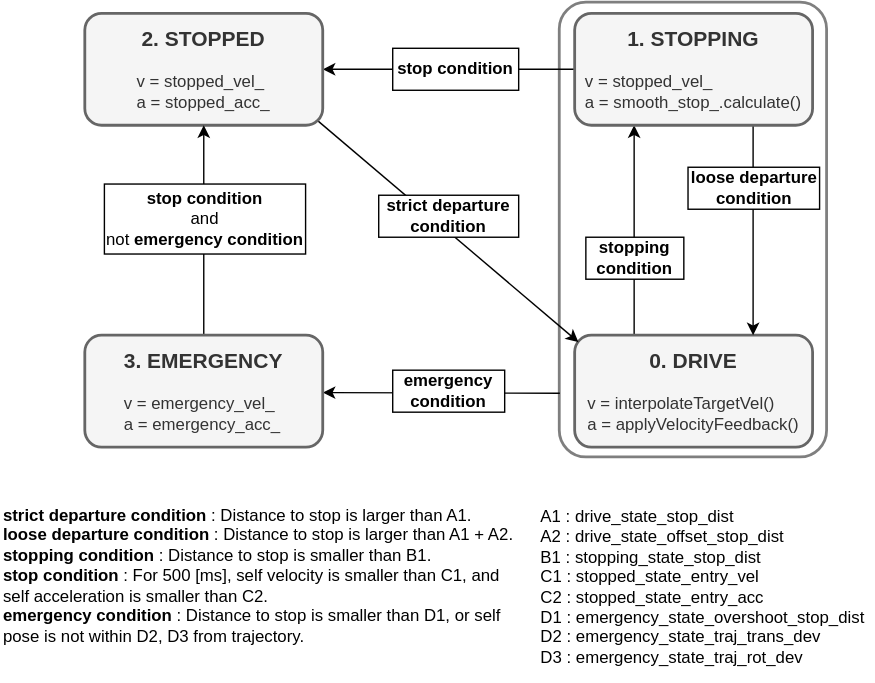
Earlier version of the draw.io export main/control/trajectory_follower/design/media/LongitudinalControllerStateTransition.drawio.svg (leo-drive/avte.autoware_universe). Source tidied: cells renumbered, new cells last; positions are measured from the earlier drawing's top-left corner, leaving out a move shared by most shapes. The source it was exported from:
```xml
<mxGraphModel>
  <root>
    <mxCell id="0" />
    <mxCell id="1" parent="0" />
    <mxCell id="2" style="rounded=1;whiteSpace=wrap;html=1;fontColor=#000000;strokeWidth=2;fillColor=none;opacity=50;align=left;arcSize=10;fontStyle=1;spacingLeft=-3;" parent="1" vertex="1">
      <mxGeometry x="399" width="191" height="325" as="geometry" />
    </mxCell>
    <mxCell id="3" style="edgeStyle=elbowEdgeStyle;rounded=0;jettySize=auto;elbow=vertical;html=1;fontColor=#000000;exitX=0.002;exitY=0.86;exitDx=0;exitDy=0;exitPerimeter=0;" parent="1" edge="1" source="2" target="13">
      <mxGeometry relative="1" as="geometry">
        <Array as="points">
          <mxPoint x="390" y="279" />
        </Array>
      </mxGeometry>
    </mxCell>
    <mxCell id="4" style="edgeStyle=orthogonalEdgeStyle;rounded=0;orthogonalLoop=1;jettySize=auto;html=1;" parent="1" edge="1">
      <mxGeometry relative="1" as="geometry">
        <mxPoint x="320" y="178" as="targetPoint" />
      </mxGeometry>
    </mxCell>
    <mxCell id="5" style="edgeStyle=elbowEdgeStyle;rounded=0;jettySize=auto;html=1;exitX=0.25;exitY=0;exitDx=0;exitDy=0;entryX=0.25;entryY=1;entryDx=0;entryDy=0;elbow=vertical;" parent="1" edge="1" source="6" target="9">
      <mxGeometry relative="1" as="geometry" />
    </mxCell>
    <mxCell id="6" value="&lt;b&gt;&lt;font style=&quot;font-size: 15px&quot;&gt;0. DRIVE&lt;/font&gt;&lt;/b&gt;&lt;br&gt;&lt;br&gt;&lt;div style=&quot;text-align: left&quot;&gt;&lt;span&gt;v = interpolateTargetVel()&lt;/span&gt;&lt;/div&gt;&lt;div style=&quot;text-align: left&quot;&gt;&lt;span&gt;a = applyVelocityFeedback()&amp;nbsp;&lt;/span&gt;&lt;/div&gt;" style="rounded=1;whiteSpace=wrap;html=1;fillColor=#f5f5f5;strokeColor=#666666;fontColor=#333333;strokeWidth=2;" parent="1" vertex="1">
      <mxGeometry x="410" y="238" width="170" height="80" as="geometry" />
    </mxCell>
    <mxCell id="7" style="edgeStyle=orthogonalEdgeStyle;rounded=0;jettySize=auto;html=1;" parent="1" edge="1" source="9" target="11">
      <mxGeometry relative="1" as="geometry" />
    </mxCell>
    <mxCell id="8" style="edgeStyle=elbowEdgeStyle;rounded=0;jettySize=auto;elbow=vertical;html=1;exitX=0.75;exitY=1;exitDx=0;exitDy=0;entryX=0.75;entryY=0;entryDx=0;entryDy=0;" parent="1" edge="1" source="9" target="6">
      <mxGeometry relative="1" as="geometry" />
    </mxCell>
    <mxCell id="9" value="&lt;font style=&quot;font-size: 15px&quot;&gt;&lt;b&gt;1. STOPPING&lt;/b&gt;&lt;br&gt;&lt;/font&gt;&lt;br&gt;&lt;div style=&quot;text-align: left&quot;&gt;&lt;span&gt;v = stopped_vel_&lt;/span&gt;&lt;/div&gt;&lt;div style=&quot;text-align: left&quot;&gt;&lt;span&gt;a = smooth_stop_.calculate()&lt;/span&gt;&lt;/div&gt;" style="rounded=1;whiteSpace=wrap;html=1;fillColor=#f5f5f5;strokeColor=#666666;strokeWidth=2;fontColor=#333333;" parent="1" vertex="1">
      <mxGeometry x="410" y="8" width="170" height="80" as="geometry" />
    </mxCell>
    <mxCell id="10" style="rounded=0;jettySize=auto;html=1;exitX=0.976;exitY=0.954;exitDx=0;exitDy=0;entryX=0.016;entryY=0.062;entryDx=0;entryDy=0;entryPerimeter=0;exitPerimeter=0;" parent="1" edge="1" source="11" target="6">
      <mxGeometry relative="1" as="geometry" />
    </mxCell>
    <mxCell id="11" value="&lt;b style=&quot;font-size: 15px&quot;&gt;2. STOPPED&lt;br&gt;&lt;/b&gt;&lt;br&gt;&lt;div style=&quot;text-align: left&quot;&gt;&lt;span&gt;v = stopped_vel_&lt;/span&gt;&lt;/div&gt;&lt;div style=&quot;text-align: left&quot;&gt;&lt;span&gt;a = stopped_acc_&lt;/span&gt;&lt;/div&gt;" style="rounded=1;whiteSpace=wrap;html=1;strokeWidth=2;fillColor=#f5f5f5;strokeColor=#666666;fontColor=#333333;" parent="1" vertex="1">
      <mxGeometry x="60" y="8" width="170" height="80" as="geometry" />
    </mxCell>
    <mxCell id="12" style="edgeStyle=elbowEdgeStyle;rounded=0;jettySize=auto;elbow=vertical;html=1;exitX=0.5;exitY=0;exitDx=0;exitDy=0;entryX=0.5;entryY=1;entryDx=0;entryDy=0;" parent="1" edge="1" source="13" target="11">
      <mxGeometry relative="1" as="geometry" />
    </mxCell>
    <mxCell id="13" value="&lt;b style=&quot;font-size: 15px&quot;&gt;3. EMERGENCY&lt;br&gt;&lt;/b&gt;&lt;br&gt;&lt;div style=&quot;text-align: left&quot;&gt;&lt;span&gt;v = emergency_vel_&lt;/span&gt;&lt;/div&gt;&lt;div style=&quot;text-align: left&quot;&gt;&lt;span&gt;a = emergency_acc_&lt;/span&gt;&lt;/div&gt;" style="rounded=1;whiteSpace=wrap;html=1;fillColor=#f5f5f5;strokeColor=#666666;fontColor=#333333;strokeWidth=2;" parent="1" vertex="1">
      <mxGeometry x="60" y="238" width="170" height="80" as="geometry" />
    </mxCell>
    <mxCell id="14" value="stop condition" style="rounded=0;whiteSpace=wrap;html=1;fontStyle=1;" parent="1" vertex="1">
      <mxGeometry x="280" y="33" width="90" height="30" as="geometry" />
    </mxCell>
    <mxCell id="15" value="&lt;p style=&quot;line-height: 120%&quot;&gt;&lt;b&gt;strict departure condition&lt;/b&gt;&amp;nbsp;: Distance to stop is larger than A1.&lt;br&gt;&lt;b&gt;loose departure condition&lt;/b&gt;&amp;nbsp;: Distance to stop is larger than A1 + A2.&lt;br&gt;&lt;b&gt;stopping condition&lt;/b&gt;&amp;nbsp;: Distance to stop is smaller than B1.&lt;br&gt;&lt;b&gt;stop condition&lt;/b&gt; : For 500 [ms], self velocity is smaller than C1, and self acceleration is smaller than C2.&lt;br&gt;&lt;b&gt;emergency condition&lt;/b&gt;&lt;span&gt; : Distance to stop is smaller than D1, or self pose is not within D2, D3 from trajectory.&lt;/span&gt;&lt;/p&gt;" style="rounded=0;html=1;align=left;whiteSpace=wrap;spacing=2;verticalAlign=middle;strokeColor=none;labelBorderColor=none;" parent="1" vertex="1">
      <mxGeometry y="342" width="369" height="136" as="geometry" />
    </mxCell>
    <mxCell id="16" value="strict departure&lt;br&gt;condition" style="rounded=0;whiteSpace=wrap;html=1;fontStyle=1;" parent="1" vertex="1">
      <mxGeometry x="270" y="138" width="100" height="30" as="geometry" />
    </mxCell>
    <mxCell id="17" value="stopping&lt;br&gt;condition" style="rounded=0;whiteSpace=wrap;html=1;fontStyle=1;" parent="1" vertex="1">
      <mxGeometry x="418" y="168" width="70" height="30" as="geometry" />
    </mxCell>
    <mxCell id="18" value="loose departure&lt;br&gt;condition" style="rounded=0;whiteSpace=wrap;html=1;fontStyle=1;spacingLeft=-4;spacingRight=-5;" parent="1" vertex="1">
      <mxGeometry x="491" y="118" width="94" height="30" as="geometry" />
    </mxCell>
    <mxCell id="19" value="emergency condition" style="rounded=0;whiteSpace=wrap;html=1;fontStyle=1;" parent="1" vertex="1">
      <mxGeometry x="280" y="263" width="80" height="30" as="geometry" />
    </mxCell>
    <mxCell id="20" value="&lt;b&gt;stop condition&lt;/b&gt;&lt;br&gt;and&lt;br&gt;not &lt;b&gt;emergency condition&lt;/b&gt;" style="rounded=0;whiteSpace=wrap;html=1;spacingLeft=-5;spacingRight=-5;" parent="1" vertex="1">
      <mxGeometry x="74" y="130" width="143.8" height="50" as="geometry" />
    </mxCell>
    <mxCell id="21" value="&lt;p style=&quot;line-height: 120%&quot;&gt;A1 : drive_state_stop_dist&lt;br&gt;A2 : drive_state_offset_stop_dist&lt;br&gt;B1 : stopping_state_stop_dist&lt;br&gt;C1 : stopped_state_entry_vel&lt;br&gt;C2 : stopped_state_entry_acc&lt;br&gt;D1 : emergency_state_overshoot_stop_dist&lt;br&gt;D2 : emergency_state_traj_trans_dev&lt;br&gt;D3 : emergency_state_traj_rot_dev&lt;/p&gt;" style="rounded=0;html=1;align=left;whiteSpace=wrap;spacing=2;verticalAlign=top;strokeColor=none;" parent="1" vertex="1">
      <mxGeometry x="384" y="342" width="240" height="140" as="geometry" />
    </mxCell>
  </root>
</mxGraphModel>
```
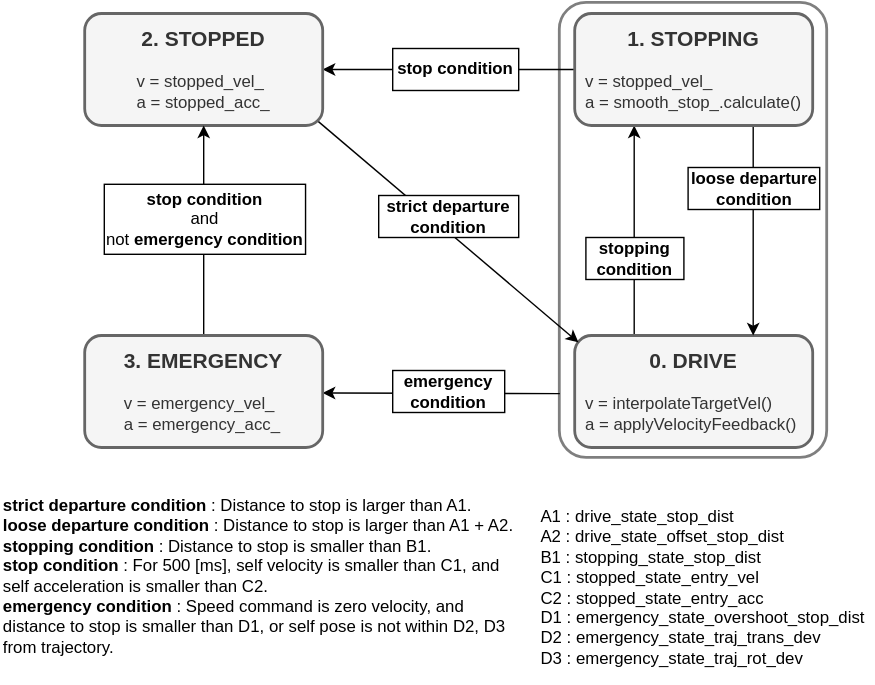
Later version of the same file.

What changed in the source:
```diff
@@ -47,7 +47,7 @@
     <mxCell id="14" value="stop condition" style="rounded=0;whiteSpace=wrap;html=1;fontStyle=1;" parent="1" vertex="1">
       <mxGeometry x="280" y="33" width="90" height="30" as="geometry" />
     </mxCell>
-    <mxCell id="15" value="&lt;p style=&quot;line-height: 120%&quot;&gt;&lt;b&gt;strict departure condition&lt;/b&gt;&amp;nbsp;: Distance to stop is larger than A1.&lt;br&gt;&lt;b&gt;loose departure condition&lt;/b&gt;&amp;nbsp;: Distance to stop is larger than A1 + A2.&lt;br&gt;&lt;b&gt;stopping condition&lt;/b&gt;&amp;nbsp;: Distance to stop is smaller than B1.&lt;br&gt;&lt;b&gt;stop condition&lt;/b&gt; : For 500 [ms], self velocity is smaller than C1, and self acceleration is smaller than C2.&lt;br&gt;&lt;b&gt;emergency condition&lt;/b&gt;&lt;span&gt; : Distance to stop is smaller than D1, or self pose is not within D2, D3 from trajectory.&lt;/span&gt;&lt;/p&gt;" style="rounded=0;html=1;align=left;whiteSpace=wrap;spacing=2;verticalAlign=middle;strokeColor=none;labelBorderColor=none;" parent="1" vertex="1">
+    <mxCell id="15" value="&lt;p style=&quot;line-height: 120%&quot;&gt;&lt;b&gt;strict departure condition&lt;/b&gt;&amp;nbsp;: Distance to stop is larger than A1.&lt;br&gt;&lt;b&gt;loose departure condition&lt;/b&gt;&amp;nbsp;: Distance to stop is larger than A1 + A2.&lt;br&gt;&lt;b&gt;stopping condition&lt;/b&gt;&amp;nbsp;: Distance to stop is smaller than B1.&lt;br&gt;&lt;b&gt;stop condition&lt;/b&gt; : For 500 [ms], self velocity is smaller than C1, and self acceleration is smaller than C2.&lt;br&gt;&lt;b&gt;emergency condition&lt;/b&gt;&lt;span&gt; : Speed command is zero velocity, and distance to stop is smaller than D1, or self pose is not within D2, D3 from trajectory.&lt;/span&gt;&lt;/p&gt;" style="rounded=0;html=1;align=left;whiteSpace=wrap;spacing=2;verticalAlign=middle;strokeColor=none;labelBorderColor=none;" parent="1" vertex="1">
       <mxGeometry y="342" width="369" height="136" as="geometry" />
     </mxCell>
     <mxCell id="16" value="strict departure&lt;br&gt;condition" style="rounded=0;whiteSpace=wrap;html=1;fontStyle=1;" parent="1" vertex="1">
```
